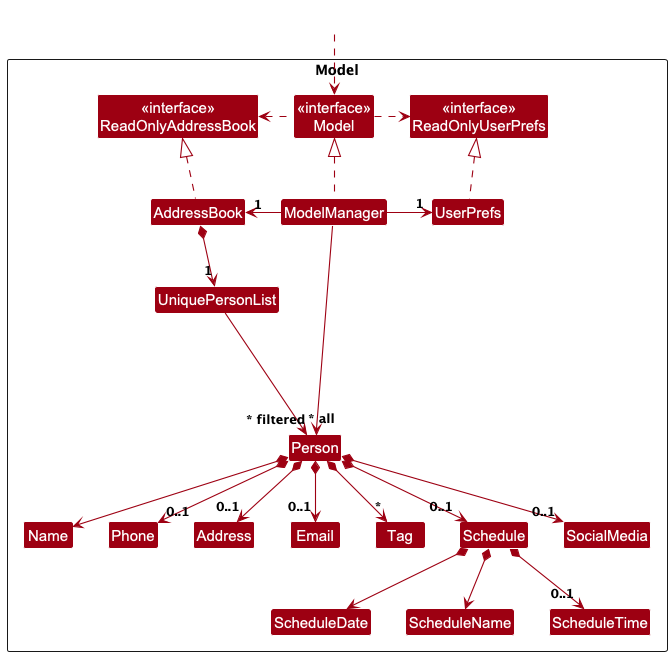
This is docs/images/ModelClassDiagram.png from nus-cs2103-AY2425S1/tp, a PlantUML export, as it was before one commit.
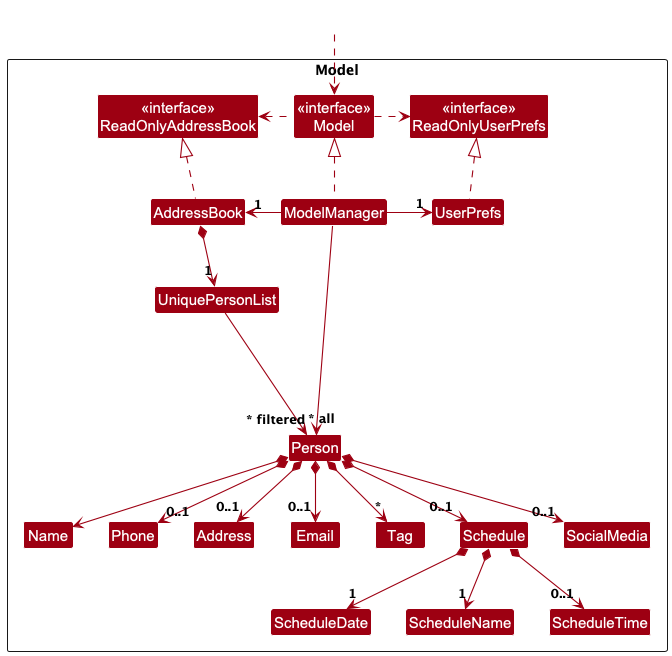
The same diagram one commit later.

Commit message:
Update model diagram

Change to the diagram source:
```diff
@@ -51,8 +51,8 @@
 Person *--> "0..1" SocialMedia
 Person *--> "*" Tag
 
-Schedule *--> ScheduleDate
-Schedule *--> ScheduleName
+Schedule *--> "1" ScheduleDate
+Schedule *--> "1" ScheduleName
 Schedule *--> "0..1" ScheduleTime
 
 Person -[hidden]up--> I
```
